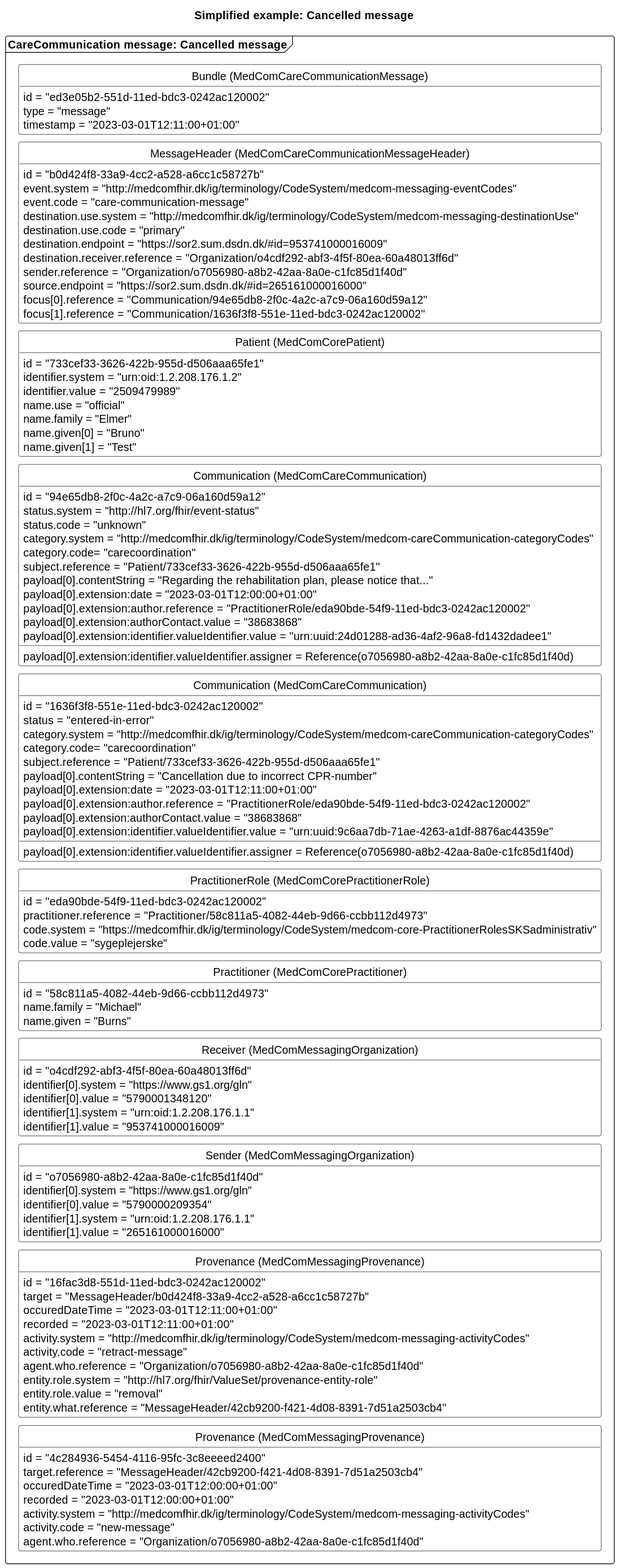
Before: input/images/carecommunication/CCcancelMessage.svg, a diagram exported from PlantUML (medcomdk/dk-medcom-carecommunication).
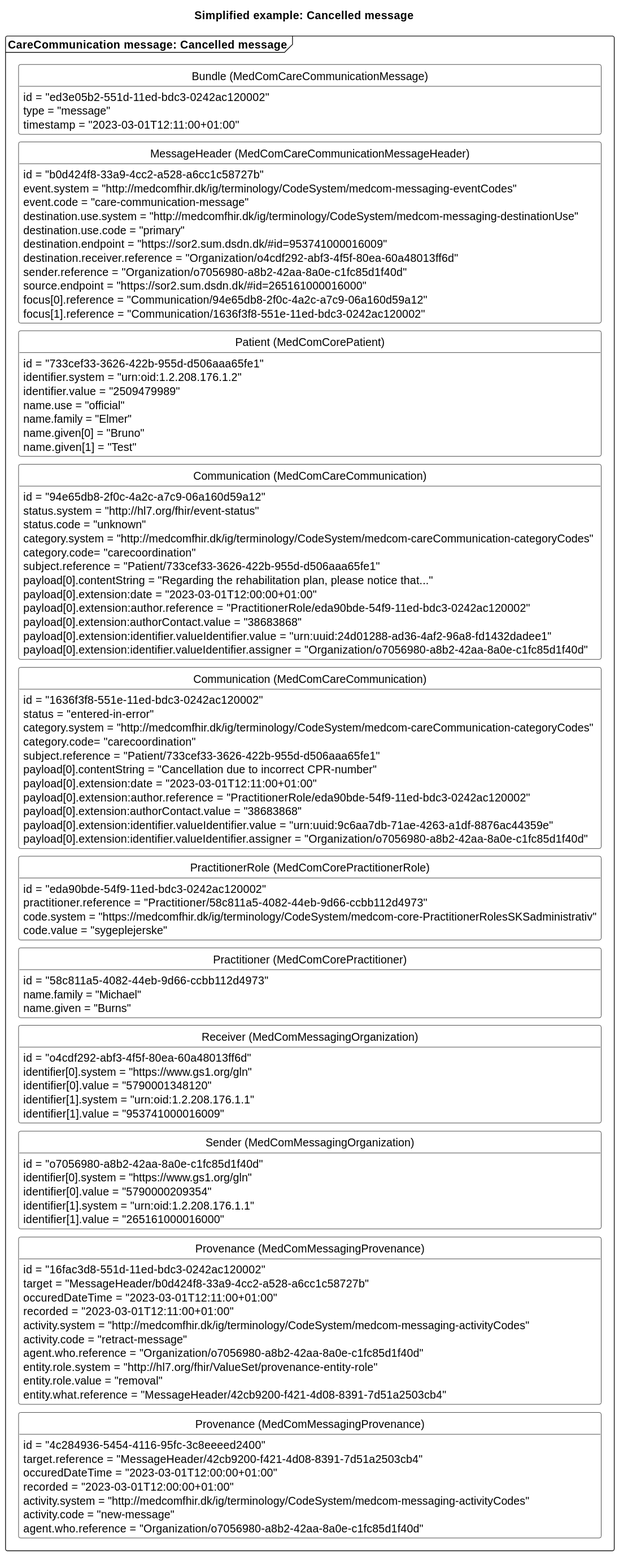
After the commit.

What changed in the source:
```diff
@@ -53,7 +53,7 @@
         payload[0].extension:author.reference = "PractitionerRole/eda90bde-54f9-11ed-bdc3-0242ac120002"
         payload[0].extension:authorContact.value = "38683868"
         payload[0].extension:identifier.valueIdentifier.value = "urn:uuid:24d01288-ad36-4af2-96a8-fd1432dadee1"
-        payload[0].extension:identifier.valueIdentifier.assigner = Reference(o7056980-a8b2-42aa-8a0e-c1fc85d1f40d)
+        payload[0].extension:identifier.valueIdentifier.assigner = "Organization/o7056980-a8b2-42aa-8a0e-c1fc85d1f40d"
     }
     class "Communication (MedComCareCommunication)" as errorCom{
         id = "1636f3f8-551e-11ed-bdc3-0242ac120002"
@@ -66,7 +66,7 @@
         payload[0].extension:author.reference = "PractitionerRole/eda90bde-54f9-11ed-bdc3-0242ac120002"
         payload[0].extension:authorContact.value = "38683868"
         payload[0].extension:identifier.valueIdentifier.value = "urn:uuid:9c6aa7db-71ae-4263-a1df-8876ac44359e"
-        payload[0].extension:identifier.valueIdentifier.assigner = Reference(o7056980-a8b2-42aa-8a0e-c1fc85d1f40d)
+        payload[0].extension:identifier.valueIdentifier.assigner = "Organization/o7056980-a8b2-42aa-8a0e-c1fc85d1f40d"
     }
     class "PractitionerRole (MedComCorePractitionerRole)" as errorPracR{
         id = "eda90bde-54f9-11ed-bdc3-0242ac120002"
```
